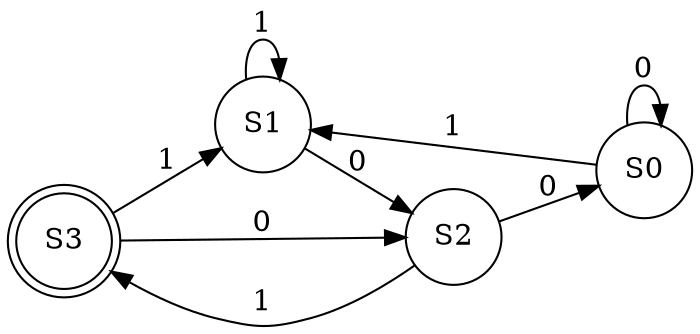
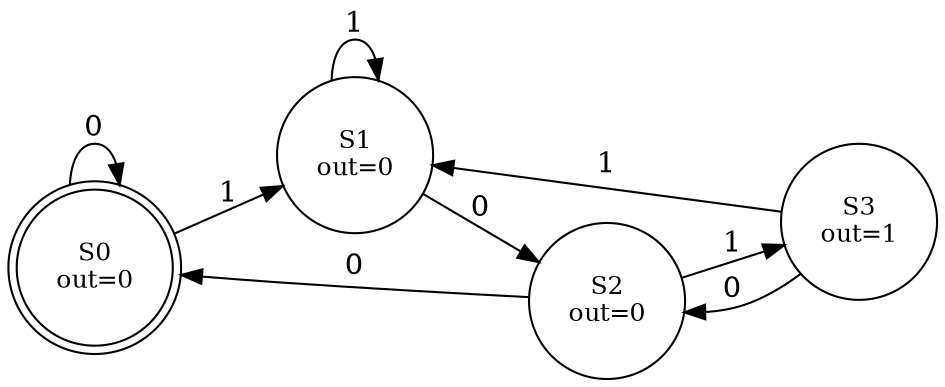
digraph FSM {
  rankdir=LR;
-   node [shape=circle];
-   S3 [shape=doublecircle];
+   node [shape=circle fontsize=12];
+   S0 [shape=doublecircle label="S0\nout=0"];
+   S1 [shape=circle label="S1\nout=0"];
+   S2 [shape=circle label="S2\nout=0"];
+   S3 [shape=circle label="S3\nout=1"];
  S0 -> S0 [label="0"];
  S0 -> S1 [label="1"];
  S1 -> S2 [label="0"];
  S1 -> S1 [label="1"];
  S2 -> S0 [label="0"];
  S2 -> S3 [label="1"];
  S3 -> S2 [label="0"];
  S3 -> S1 [label="1"];
}